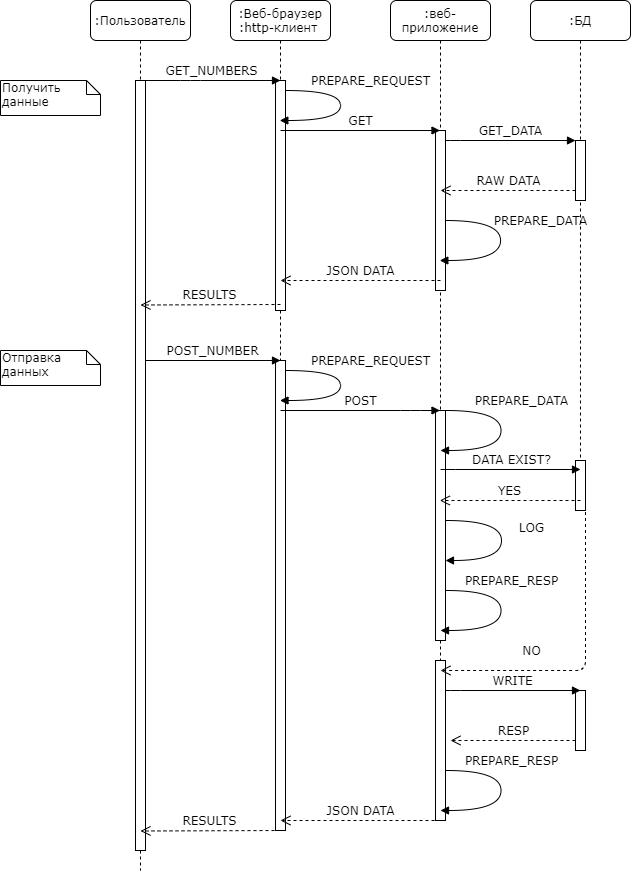
Before: diagrams/Sequence_diagram.png, a diagram exported from draw.io (IndiFox/rvs). Source tidied: cells renumbered, new cells last; positions are measured from the earlier drawing's top-left corner, leaving out a move shared by most shapes.
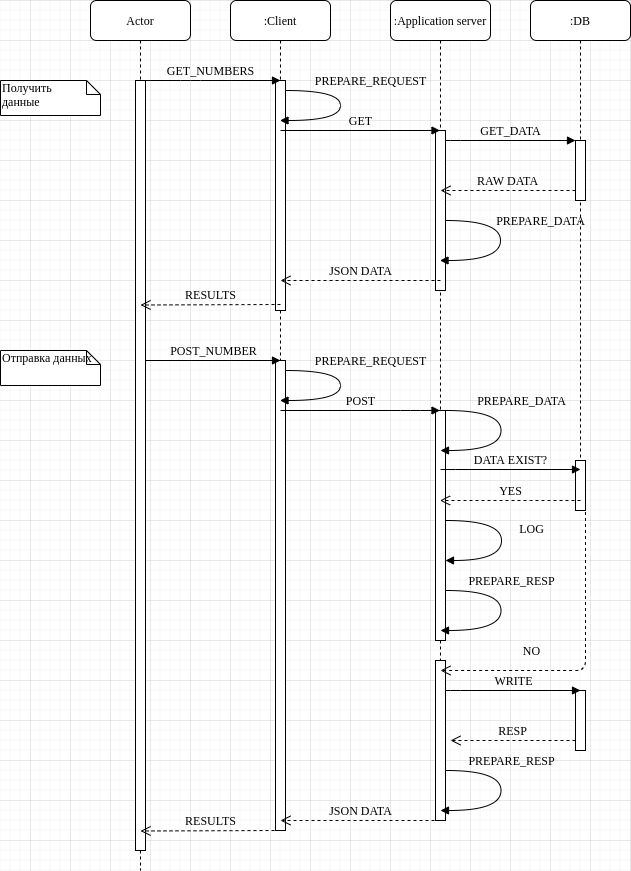
Later version of the same file.

Commit message:
UPD_diagrams

Diff of the diagram source:
```diff
@@ -2,7 +2,7 @@
   <root>
     <mxCell id="0" />
     <mxCell id="1" parent="0" />
-    <mxCell id="2" value=":Веб-браузер&lt;br&gt;:http-клиент&amp;nbsp;" style="shape=umlLifeline;perimeter=lifelinePerimeter;whiteSpace=wrap;html=1;outlineConnect=0;rounded=1;shadow=0;comic=0;labelBackgroundColor=none;strokeWidth=1;fontFamily=Verdana;fontSize=12;align=center;" parent="1" vertex="1">
+    <mxCell id="2" value=":Client" style="shape=umlLifeline;perimeter=lifelinePerimeter;whiteSpace=wrap;html=1;outlineConnect=0;rounded=1;shadow=0;comic=0;labelBackgroundColor=none;strokeWidth=1;fontFamily=Verdana;fontSize=12;align=center;" parent="1" vertex="1">
       <mxGeometry x="230" width="100" height="830" as="geometry" />
     </mxCell>
     <mxCell id="3" style="html=1;points=[];perimeter=orthogonalPerimeter;rounded=0;shadow=0;comic=0;labelBackgroundColor=none;strokeWidth=1;fontFamily=Verdana;fontSize=12;align=center;" parent="2" vertex="1">
@@ -28,7 +28,7 @@
         </Array>
       </mxGeometry>
     </mxCell>
-    <mxCell id="7" value=":веб-приложение" style="shape=umlLifeline;perimeter=lifelinePerimeter;whiteSpace=wrap;html=1;outlineConnect=0;rounded=1;shadow=0;comic=0;labelBackgroundColor=none;strokeWidth=1;fontFamily=Verdana;fontSize=12;align=center;" parent="1" vertex="1">
+    <mxCell id="7" value=":Application server" style="shape=umlLifeline;perimeter=lifelinePerimeter;whiteSpace=wrap;html=1;outlineConnect=0;rounded=1;shadow=0;comic=0;labelBackgroundColor=none;strokeWidth=1;fontFamily=Verdana;fontSize=12;align=center;" parent="1" vertex="1">
       <mxGeometry x="390" width="100" height="820" as="geometry" />
     </mxCell>
     <mxCell id="8" style="html=1;points=[];perimeter=orthogonalPerimeter;rounded=0;shadow=0;comic=0;labelBackgroundColor=none;strokeWidth=1;fontFamily=Verdana;fontSize=12;align=center;" parent="7" vertex="1">
@@ -48,13 +48,13 @@
     <mxCell id="11" style="html=1;perimeter=orthogonalPerimeter;rounded=0;shadow=0;comic=0;labelBackgroundColor=none;strokeWidth=1;fontFamily=Verdana;fontSize=12;align=center;" parent="7" vertex="1">
       <mxGeometry x="45" y="660" width="10" height="160" as="geometry" />
     </mxCell>
-    <mxCell id="12" value=":БД" style="shape=umlLifeline;perimeter=lifelinePerimeter;whiteSpace=wrap;html=1;rounded=1;shadow=0;comic=0;labelBackgroundColor=none;strokeWidth=1;fontFamily=Verdana;fontSize=12;align=center;" parent="1" vertex="1">
+    <mxCell id="12" value=":DB" style="shape=umlLifeline;perimeter=lifelinePerimeter;whiteSpace=wrap;html=1;rounded=1;shadow=0;comic=0;labelBackgroundColor=none;strokeWidth=1;fontFamily=Verdana;fontSize=12;align=center;" parent="1" vertex="1">
       <mxGeometry x="530" width="100" height="510" as="geometry" />
     </mxCell>
     <mxCell id="13" style="html=1;perimeter=orthogonalPerimeter;rounded=0;shadow=0;comic=0;labelBackgroundColor=none;strokeWidth=1;fontFamily=Verdana;fontSize=12;align=center;" parent="12" vertex="1">
       <mxGeometry x="45" y="460" width="10" height="50" as="geometry" />
     </mxCell>
-    <mxCell id="14" value=":Пользователь" style="shape=umlLifeline;perimeter=lifelinePerimeter;whiteSpace=wrap;html=1;rounded=1;shadow=0;comic=0;labelBackgroundColor=none;strokeWidth=1;fontFamily=Verdana;fontSize=12;align=center;" parent="1" vertex="1">
+    <mxCell id="14" value="Actor" style="shape=umlLifeline;perimeter=lifelinePerimeter;whiteSpace=wrap;html=1;rounded=1;shadow=0;comic=0;labelBackgroundColor=none;strokeWidth=1;fontFamily=Verdana;fontSize=12;align=center;" parent="1" vertex="1">
       <mxGeometry x="90" width="100" height="870" as="geometry" />
     </mxCell>
     <mxCell id="15" style="html=1;points=[];perimeter=orthogonalPerimeter;rounded=0;shadow=0;comic=0;labelBackgroundColor=none;strokeWidth=1;fontFamily=Verdana;fontSize=12;align=center;" parent="14" vertex="1">
```
